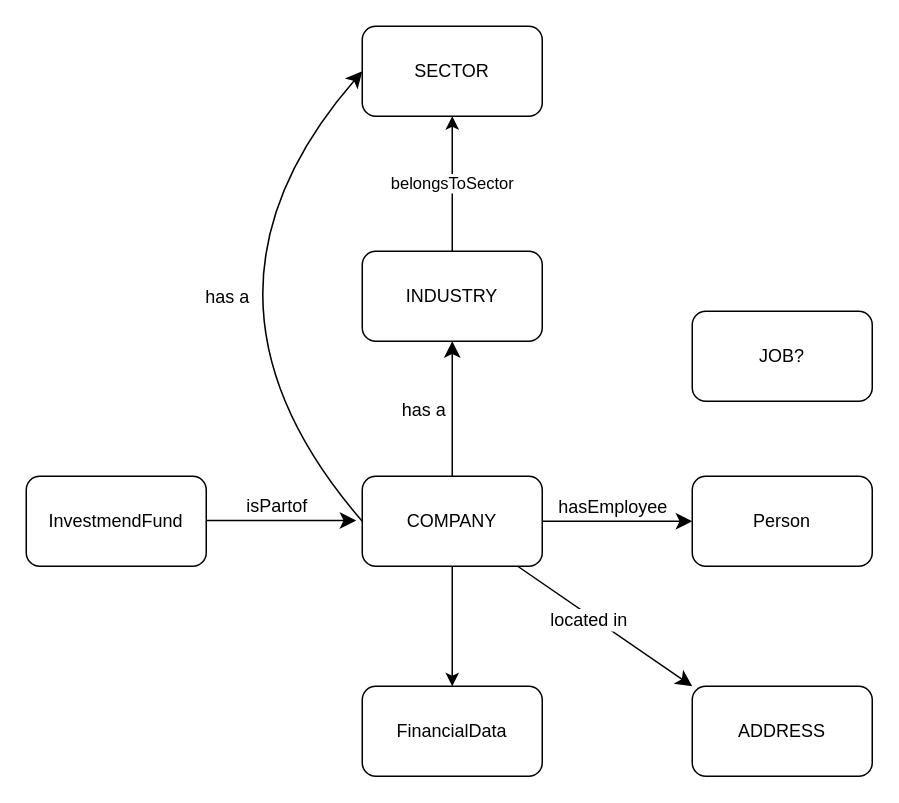
coppeneur/finance-kg keeps this draw.io diagram as finance-kg.drawio. Above is the earlier version. Source tidied: cells renumbered, new cells numbered last; positions are measured from the earlier drawing's top-left corner, leaving out a move shared by most shapes. Both pictures are drawn from the tidied source at 150%, with x=0, y=0 at pixel (26, 26).
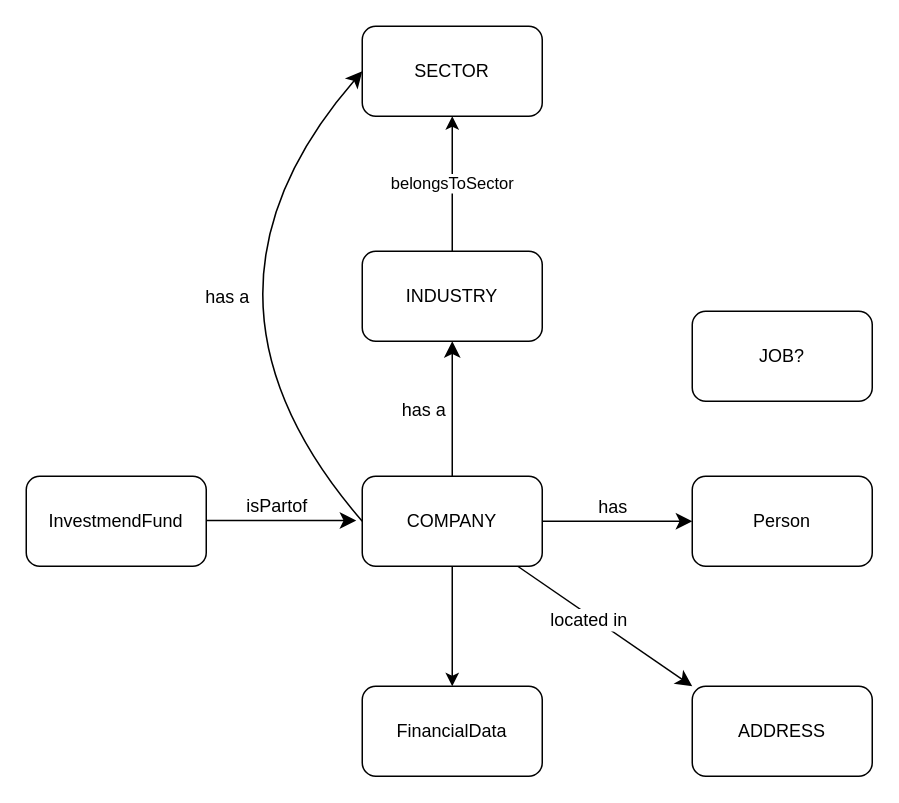
The same page after the edit.

Unchanged cells that the change refers to:
```xml
<mxCell id="8" style="endArrow=classic;html=1;rounded=0;fontSize=12;startSize=8;endSize=8;curved=1;exitX=1;exitY=0.5;exitDx=0;exitDy=0;entryX=0;entryY=0.5;entryDx=0;entryDy=0;" parent="1" edge="1" source="7" target="10">
  <mxGeometry relative="1" as="geometry" />
</mxCell>
```

Diff of the diagram source:
```diff
@@
-    <mxCell id="9" value="hasEmployee" style="edgeLabel;html=1;align=center;verticalAlign=middle;fontSize=12;" parent="8" vertex="1">
+    <mxCell id="9" value="has" style="edgeLabel;html=1;align=center;verticalAlign=middle;fontSize=12;" parent="8" vertex="1">
       <mxGeometry x="-0.09" y="1" relative="1" as="geometry">
         <mxPoint y="-9" as="offset" />
       </mxGeometry>
     </mxCell>
```
